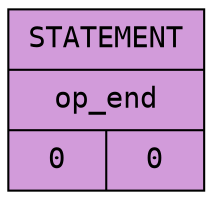
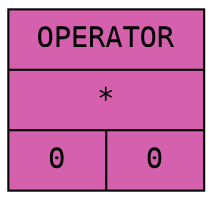
- // Graphiz was called from source/common/tree_operations.cpp:82
+ // Graphiz was called from source/common/tree_operations.cpp:68
digraph NodeGraph {
    rankdir=TB    bgcolor="#ffffff";
    fontname="Consolas";
    nodesep=0.6;
    node [shape=record, style=filled, fontname="Consolas", margin=0.1, width=1.3, height=0.8];
    edge [fontname="Consolas", arrowsize=0.8];


-     node_0x504000000250 [fillcolor = "#d29bdaff", label="{ <t> STATEMENT | <v> op_end | { <l> 0 | <r> 0}}"];
+     node_0x504000000210 [fillcolor = "#d460aeff", label="{ <t> OPERATOR | <v> * | { <l> 0 | <r> 0}}"];
}
